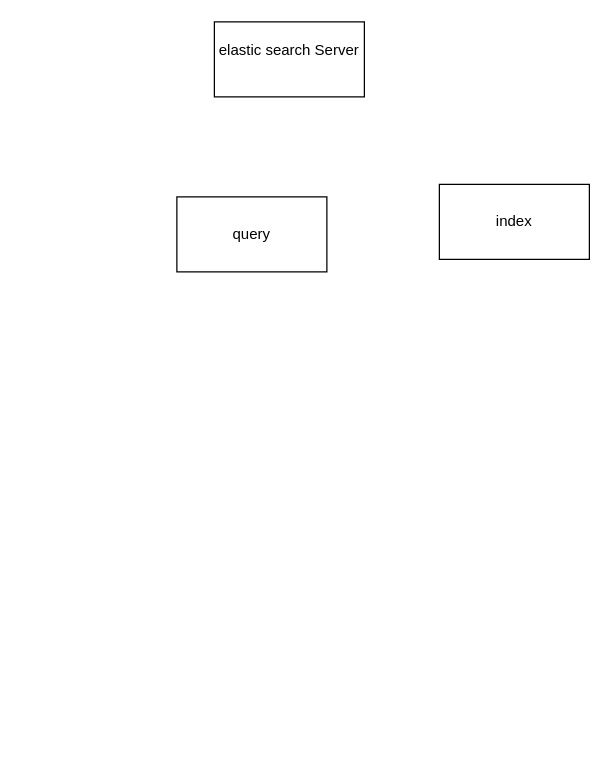
luobintianya/atracker keeps this draw.io diagram as 未命名绘图.drawio. Above is the earlier version. Source tidied: cells renumbered, new cells numbered last; positions are measured from the earlier drawing's top-left corner, leaving out a move shared by most shapes. Both pictures are drawn from the tidied source at 125%, with x=0, y=0 at pixel (176, 21).
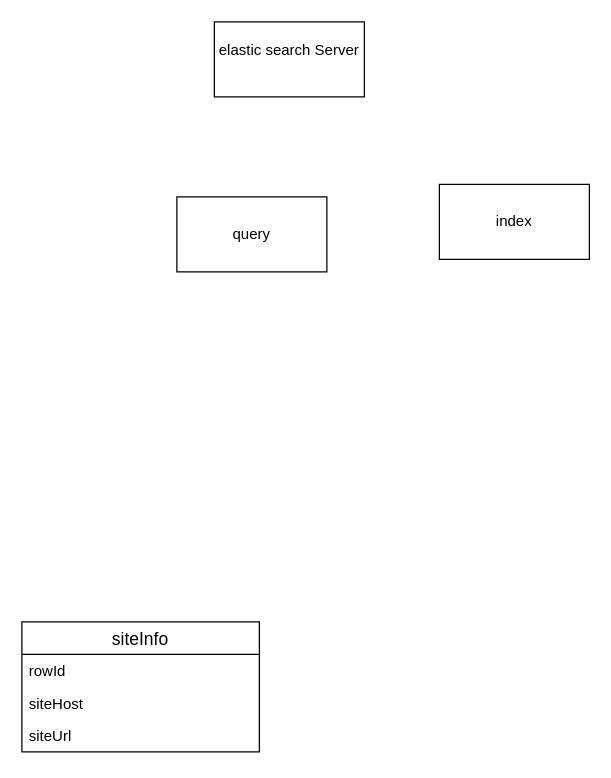
After the change.

Diff of the diagram source:
```diff
@@
 <mxGraphModel>
   <root>
     <mxCell id="0" />
     <mxCell id="1" parent="0" />
     <mxCell id="2" value="elastic search Server&lt;br&gt;&lt;br&gt;" style="rounded=0;whiteSpace=wrap;html=1;" parent="1" vertex="1">
       <mxGeometry x="30" width="120" height="60" as="geometry" />
     </mxCell>
     <mxCell id="3" value="index&lt;br&gt;" style="rounded=0;whiteSpace=wrap;html=1;" parent="1" vertex="1">
       <mxGeometry x="210" y="130" width="120" height="60" as="geometry" />
     </mxCell>
     <mxCell id="4" value="query&lt;br&gt;" style="rounded=0;whiteSpace=wrap;html=1;" parent="1" vertex="1">
       <mxGeometry y="140" width="120" height="60" as="geometry" />
     </mxCell>
+    <mxCell id="5" value="siteInfo" style="swimlane;fontStyle=0;horizontal=1;startSize=26;align=center;fontSize=14;" parent="1" vertex="1">
+      <mxGeometry x="-124" y="480" width="190" height="104" as="geometry" />
+    </mxCell>
+    <mxCell id="6" value="rowId" style="text;strokeColor=none;fillColor=none;spacingLeft=4;spacingRight=4;overflow=hidden;fontSize=12;" parent="5" vertex="1">
+      <mxGeometry y="26" width="190" height="26" as="geometry" />
+    </mxCell>
+    <mxCell id="7" value="siteHost&#10;" style="text;strokeColor=none;fillColor=none;spacingLeft=4;spacingRight=4;overflow=hidden;fontSize=12;" parent="5" vertex="1">
+      <mxGeometry y="52" width="190" height="26" as="geometry" />
+    </mxCell>
+    <mxCell id="8" value="siteUrl" style="text;strokeColor=none;fillColor=none;spacingLeft=4;spacingRight=4;overflow=hidden;fontSize=12;" parent="5" vertex="1">
+      <mxGeometry y="78" width="190" height="26" as="geometry" />
+    </mxCell>
   </root>
 </mxGraphModel>
```
